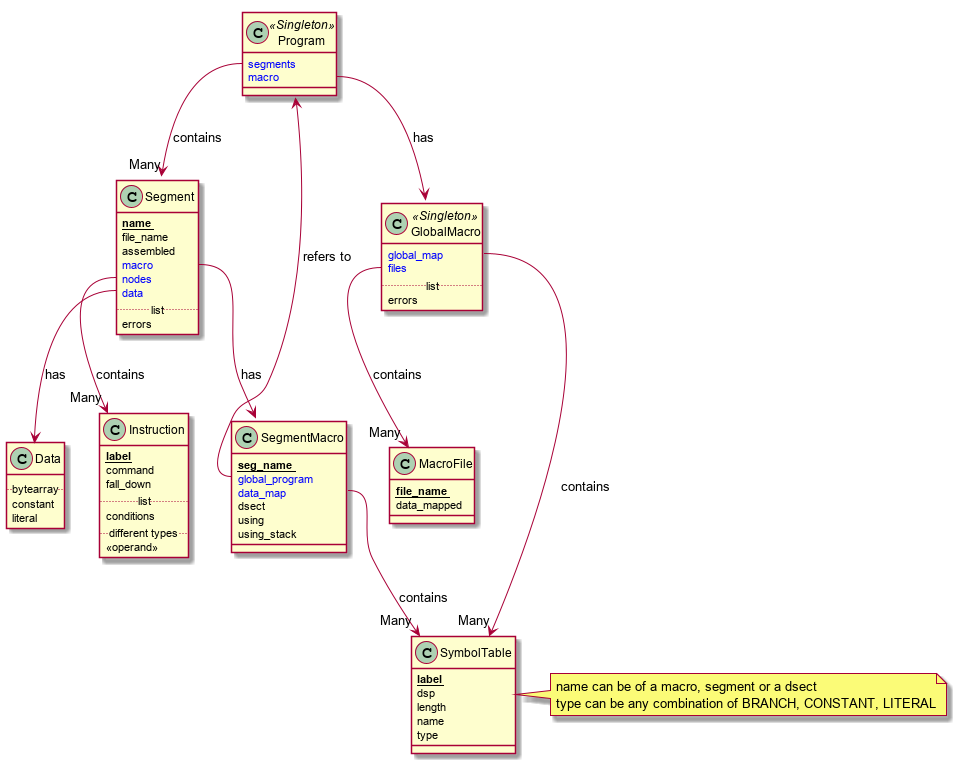
Earlier version of the PlantUML export documentation/High_level_class_design.png (crazynayan/tpf1).
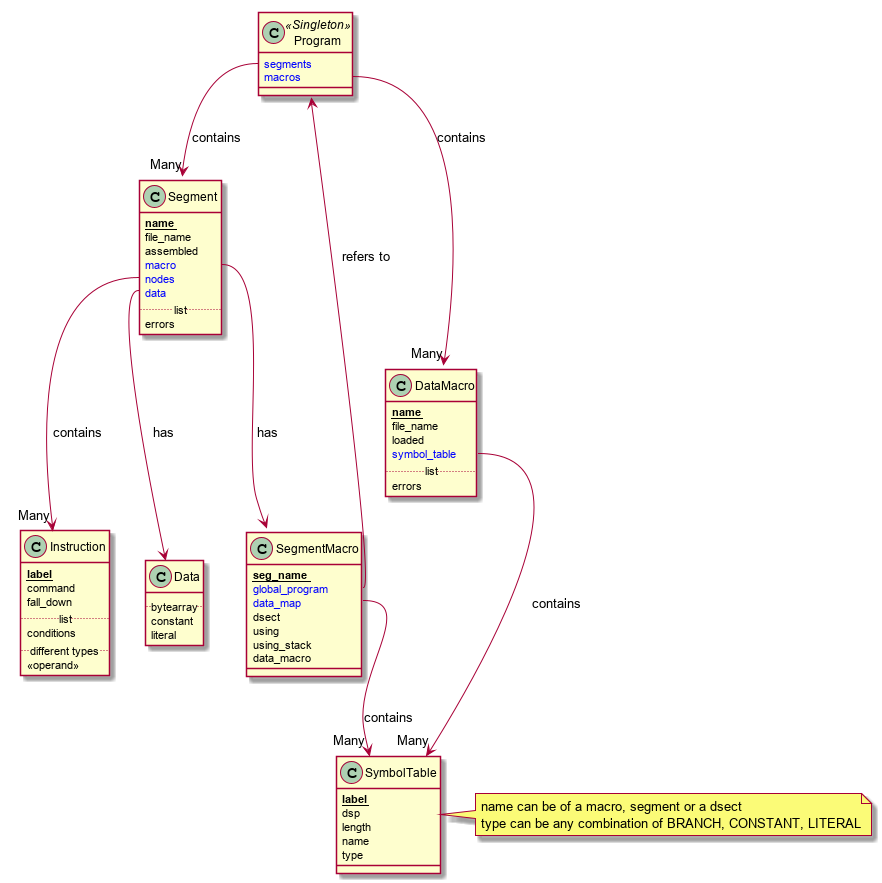
After the commit.

Commit message:
Design update & remove MacroFile

Diff of the diagram source:
```diff
@@ -3,12 +3,14 @@
 
 class Program <<Singleton>> {
     <color:blue>segments</color>
-    <color:blue>macro</color>
+    <color:blue>macros</color>
 }
 
-class GlobalMacro <<Singleton>> {
-    <color:blue>global_map</color>
-    <color:blue>files</color>
+class DataMacro {
+    <b><u>name</u></b>
+    file_name
+    loaded
+    <color:blue>symbol_table</color>
     .. list ..
     errors
 }
@@ -43,12 +45,9 @@
     dsect
     using
     using_stack
+    data_macro
 }
 
-class MacroFile {
-    <b><u>file_name</u></b>
-    data_mapped
-}
 
 class Data {
     .. bytearray ..
@@ -65,13 +64,12 @@
     .. different types..
     <<operand>>
 }
-Program::macro  -->  GlobalMacro : has
-Program::segments  --> "Many" Segment : contains
-GlobalMacro::global_map --> "Many" SymbolTable : contains
+Program::macros --> "Many" DataMacro : contains
+Program::segments --> "Many" Segment : contains
+DataMacro::symbol_table --> "Many" SymbolTable : contains
 Segment::macro  -->  SegmentMacro : has
 SegmentMacro::global_program --> Program : refers to
 SegmentMacro::data_map  --> "Many" SymbolTable : contains
-GlobalMacro::files  --> "Many" MacroFile : contains
 Segment::data --> Data : has
 Segment::nodes --> "Many" Instruction : contains
 
```
